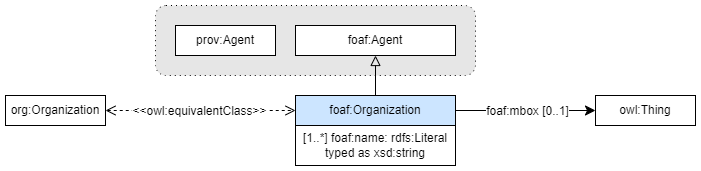
Above: CEH-DCAT-AP/CEH-DCAT-AP_diagrams/dcat-foaf-organization.png in NERC-CEH/digital-objects-ontology (draw.io), before the change. Source tidied: cells renumbered, new cells last; positions are measured from the earlier drawing's top-left corner, leaving out a move shared by most shapes. Its diagram source:
```xml
<mxGraphModel>
  <root>
    <mxCell id="0" />
    <mxCell id="1" parent="0" />
    <mxCell id="2" style="endArrow=classic;html=1;exitX=1;exitY=0.5;exitDx=0;exitDy=0;entryX=0;entryY=0.5;entryDx=0;entryDy=0;endSize=8;arcSize=0;rounded=0;" parent="1" edge="1" source="13" target="4">
      <mxGeometry relative="1" as="geometry" />
    </mxCell>
    <mxCell id="3" value="&lt;div&gt;&lt;span style=&quot;background-color: light-dark(rgb(255, 255, 255), rgb(18, 18, 18)); color: light-dark(rgb(0, 0, 0), rgb(255, 255, 255));&quot;&gt;foaf:mbox&lt;/span&gt;&amp;nbsp;[0..1]&lt;/div&gt;" style="text;html=1;align=center;verticalAlign=middle;labelBackgroundColor=#ffffff;" parent="2" vertex="1">
      <mxGeometry x="-0.13" relative="1" as="geometry">
        <mxPoint x="10" as="offset" />
      </mxGeometry>
    </mxCell>
    <mxCell id="4" value="owl:Thing" style="rounded=0;whiteSpace=wrap;html=1;snapToPoint=1;points=[[0.1,0],[0.2,0],[0.3,0],[0.4,0],[0.5,0],[0.6,0],[0.7,0],[0.8,0],[0.9,0],[0,0.1],[0,0.3],[0,0.5],[0,0.7],[0,0.9],[0.1,1],[0.2,1],[0.3,1],[0.4,1],[0.5,1],[0.6,1],[0.7,1],[0.8,1],[0.9,1],[1,0.1],[1,0.3],[1,0.5],[1,0.7],[1,0.9]];" parent="1" vertex="1">
      <mxGeometry x="590" y="90" width="100" height="30" as="geometry" />
    </mxCell>
    <mxCell id="5" style="rounded=1;whiteSpace=wrap;html=1;fillColor=#E6E6E6;dashed=1;dashPattern=1 4;" parent="1" vertex="1">
      <mxGeometry x="150" width="320" height="70" as="geometry" />
    </mxCell>
    <mxCell id="6" value="prov:Agent" style="rounded=0;whiteSpace=wrap;html=1;" parent="1" vertex="1">
      <mxGeometry x="170" y="20" width="100" height="30" as="geometry" />
    </mxCell>
    <mxCell id="7" value="foaf:Agent" style="rounded=0;whiteSpace=wrap;html=1;snapToPoint=1;points=[[0.1,0],[0.2,0],[0.3,0],[0.4,0],[0.5,0],[0.6,0],[0.7,0],[0.8,0],[0.9,0],[0,0.1],[0,0.3],[0,0.5],[0,0.7],[0,0.9],[0.1,1],[0.2,1],[0.3,1],[0.4,1],[0.5,1],[0.6,1],[0.7,1],[0.8,1],[0.9,1],[1,0.1],[1,0.3],[1,0.5],[1,0.7],[1,0.9]];" parent="1" vertex="1">
      <mxGeometry x="290" y="20" width="160" height="30" as="geometry" />
    </mxCell>
    <mxCell id="8" style="endArrow=open;html=1;fontColor=#000099;exitX=1;exitY=0.5;exitDx=0;exitDy=0;endFill=0;dashed=1;entryX=0;entryY=0.5;entryDx=0;entryDy=0;endSize=8;startArrow=open;startFill=0;startSize=8;rounded=0;" parent="1" edge="1" source="10" target="13">
      <mxGeometry relative="1" as="geometry" />
    </mxCell>
    <mxCell id="9" value="&amp;lt;&amp;lt;owl:equivalentClass&amp;gt;&amp;gt;" style="text;html=1;align=center;verticalAlign=middle;fontColor=#000000;labelBackgroundColor=#ffffff;" parent="8" vertex="1">
      <mxGeometry x="-0.33" relative="1" as="geometry">
        <mxPoint x="29.3" as="offset" />
      </mxGeometry>
    </mxCell>
    <mxCell id="10" value="org:Organization" style="rounded=0;whiteSpace=wrap;html=1;snapToPoint=1;points=[[0.1,0],[0.2,0],[0.3,0],[0.4,0],[0.5,0],[0.6,0],[0.7,0],[0.8,0],[0.9,0],[0,0.1],[0,0.3],[0,0.5],[0,0.7],[0,0.9],[0.1,1],[0.2,1],[0.3,1],[0.4,1],[0.5,1],[0.6,1],[0.7,1],[0.8,1],[0.9,1],[1,0.1],[1,0.3],[1,0.5],[1,0.7],[1,0.9]];" parent="1" vertex="1">
      <mxGeometry y="90" width="100" height="30" as="geometry" />
    </mxCell>
    <mxCell id="11" style="endArrow=block;html=1;fontColor=#000099;exitX=0.5;exitY=0;exitDx=0;exitDy=0;endFill=0;entryX=0.5;entryY=1;entryDx=0;entryDy=0;endSize=8;arcSize=0;rounded=0;" parent="1" edge="1" source="13" target="7">
      <mxGeometry relative="1" as="geometry" />
    </mxCell>
    <mxCell id="12" style="group;" parent="1" vertex="1">
      <mxGeometry x="290" y="90" width="160" height="70" as="geometry" />
    </mxCell>
    <mxCell id="13" value="foaf:Organization" style="rounded=0;whiteSpace=wrap;html=1;snapToPoint=1;points=[[0.1,0],[0.2,0],[0.3,0],[0.4,0],[0.5,0],[0.6,0],[0.7,0],[0.8,0],[0.9,0],[0,0.1],[0,0.3],[0,0.5],[0,0.7],[0,0.9],[0.1,1],[0.2,1],[0.3,1],[0.4,1],[0.5,1],[0.6,1],[0.7,1],[0.8,1],[0.9,1],[1,0.1],[1,0.3],[1,0.5],[1,0.7],[1,0.9]];fillColor=#CCE5FF;" parent="12" vertex="1">
      <mxGeometry width="160" height="30" as="geometry" />
    </mxCell>
    <mxCell id="14" value="&lt;div&gt;[1..*] foaf:name:&amp;nbsp;rdfs:Literal&lt;/div&gt;&lt;div&gt;typed as xsd:string&lt;/div&gt;" style="rounded=0;whiteSpace=wrap;html=1;" parent="12" vertex="1">
      <mxGeometry y="30" width="160" height="40" as="geometry" />
    </mxCell>
  </root>
</mxGraphModel>
```
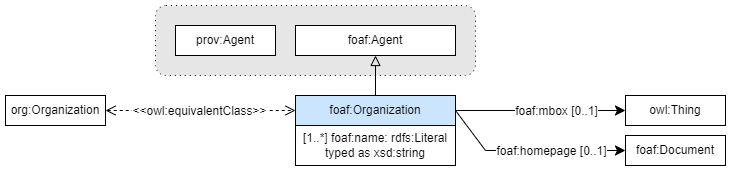
The same file after the commit.

Commit message:
added foaf:homepage predicate

Diff of the diagram source:
```diff
@@ -7,11 +7,11 @@
     </mxCell>
     <mxCell id="3" value="&lt;div&gt;&lt;span style=&quot;background-color: light-dark(rgb(255, 255, 255), rgb(18, 18, 18)); color: light-dark(rgb(0, 0, 0), rgb(255, 255, 255));&quot;&gt;foaf:mbox&lt;/span&gt;&amp;nbsp;[0..1]&lt;/div&gt;" style="text;html=1;align=center;verticalAlign=middle;labelBackgroundColor=#ffffff;" parent="2" vertex="1">
       <mxGeometry x="-0.13" relative="1" as="geometry">
-        <mxPoint x="10" as="offset" />
+        <mxPoint x="26" as="offset" />
       </mxGeometry>
     </mxCell>
     <mxCell id="4" value="owl:Thing" style="rounded=0;whiteSpace=wrap;html=1;snapToPoint=1;points=[[0.1,0],[0.2,0],[0.3,0],[0.4,0],[0.5,0],[0.6,0],[0.7,0],[0.8,0],[0.9,0],[0,0.1],[0,0.3],[0,0.5],[0,0.7],[0,0.9],[0.1,1],[0.2,1],[0.3,1],[0.4,1],[0.5,1],[0.6,1],[0.7,1],[0.8,1],[0.9,1],[1,0.1],[1,0.3],[1,0.5],[1,0.7],[1,0.9]];" parent="1" vertex="1">
-      <mxGeometry x="590" y="90" width="100" height="30" as="geometry" />
+      <mxGeometry x="620" y="90" width="100" height="30" as="geometry" />
     </mxCell>
     <mxCell id="5" style="rounded=1;whiteSpace=wrap;html=1;fillColor=#E6E6E6;dashed=1;dashPattern=1 4;" parent="1" vertex="1">
       <mxGeometry x="150" width="320" height="70" as="geometry" />
@@ -45,5 +45,21 @@
     <mxCell id="14" value="&lt;div&gt;[1..*] foaf:name:&amp;nbsp;rdfs:Literal&lt;/div&gt;&lt;div&gt;typed as xsd:string&lt;/div&gt;" style="rounded=0;whiteSpace=wrap;html=1;" parent="12" vertex="1">
       <mxGeometry y="30" width="160" height="40" as="geometry" />
     </mxCell>
+    <mxCell id="15" style="endArrow=classic;html=1;exitX=1;exitY=0.5;exitDx=0;exitDy=0;entryX=0;entryY=0.5;entryDx=0;entryDy=0;endSize=8;arcSize=0;rounded=0;" parent="1" edge="1" target="17">
+      <mxGeometry relative="1" as="geometry">
+        <mxPoint x="450" y="105" as="sourcePoint" />
+        <Array as="points">
+          <mxPoint x="480" y="145" />
+        </Array>
+      </mxGeometry>
+    </mxCell>
+    <mxCell id="16" value="&lt;div&gt;foaf:homepage [0..1]&lt;/div&gt;" style="text;html=1;align=center;verticalAlign=middle;labelBackgroundColor=#ffffff;" parent="15" vertex="1">
+      <mxGeometry x="-0.13" relative="1" as="geometry">
+        <mxPoint x="32" as="offset" />
+      </mxGeometry>
+    </mxCell>
+    <mxCell id="17" value="foaf:Document" style="rounded=0;whiteSpace=wrap;html=1;snapToPoint=1;points=[[0.1,0],[0.2,0],[0.3,0],[0.4,0],[0.5,0],[0.6,0],[0.7,0],[0.8,0],[0.9,0],[0,0.1],[0,0.3],[0,0.5],[0,0.7],[0,0.9],[0.1,1],[0.2,1],[0.3,1],[0.4,1],[0.5,1],[0.6,1],[0.7,1],[0.8,1],[0.9,1],[1,0.1],[1,0.3],[1,0.5],[1,0.7],[1,0.9]];" parent="1" vertex="1">
+      <mxGeometry x="620" y="130" width="100" height="30" as="geometry" />
+    </mxCell>
   </root>
 </mxGraphModel>
```
